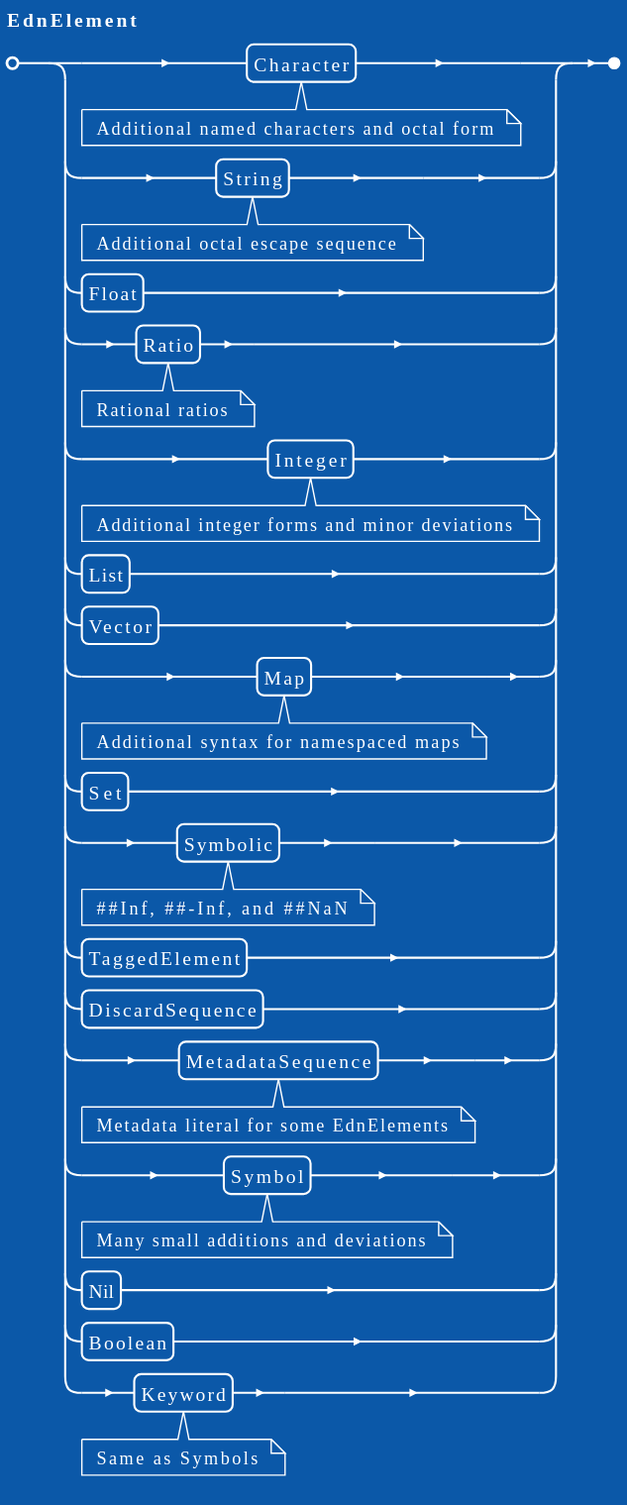
The PlantUML diagram docs/grammar/clojure.edn_elements.svg in DotFox/edn.c, before a commit.
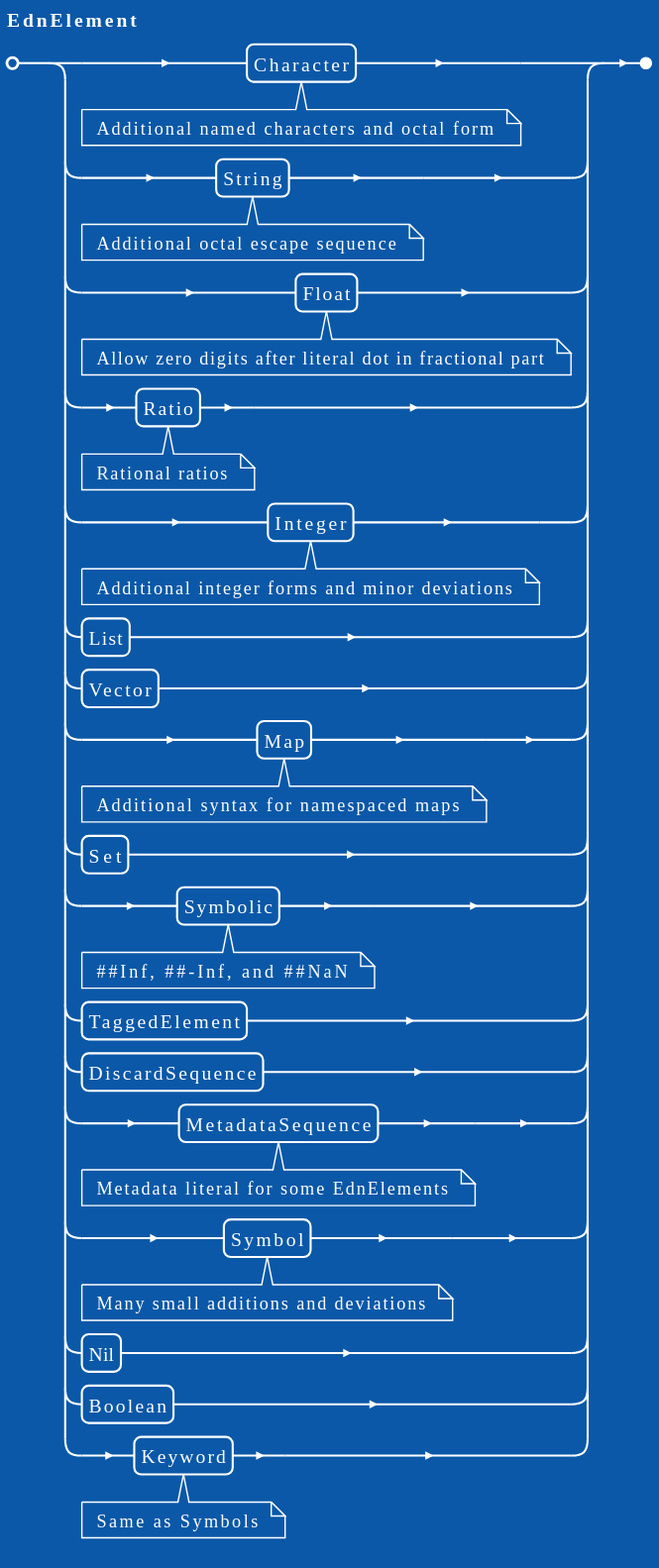
After the commit.

Commit message:
Allow fractional part without digits

The edit, as a diff of the source:
```diff
@@ -2,7 +2,7 @@
 !theme amiga
 EdnElement = Character        (* Additional named characters and octal form *)
            | String           (* Additional octal escape sequence *)
-           | Float
+           | Float            (* Allow zero digits after literal dot in fractional part *)
            | Ratio            (* Rational ratios *)
            | Integer          (* Additional integer forms and minor deviations *)
            | List
```
